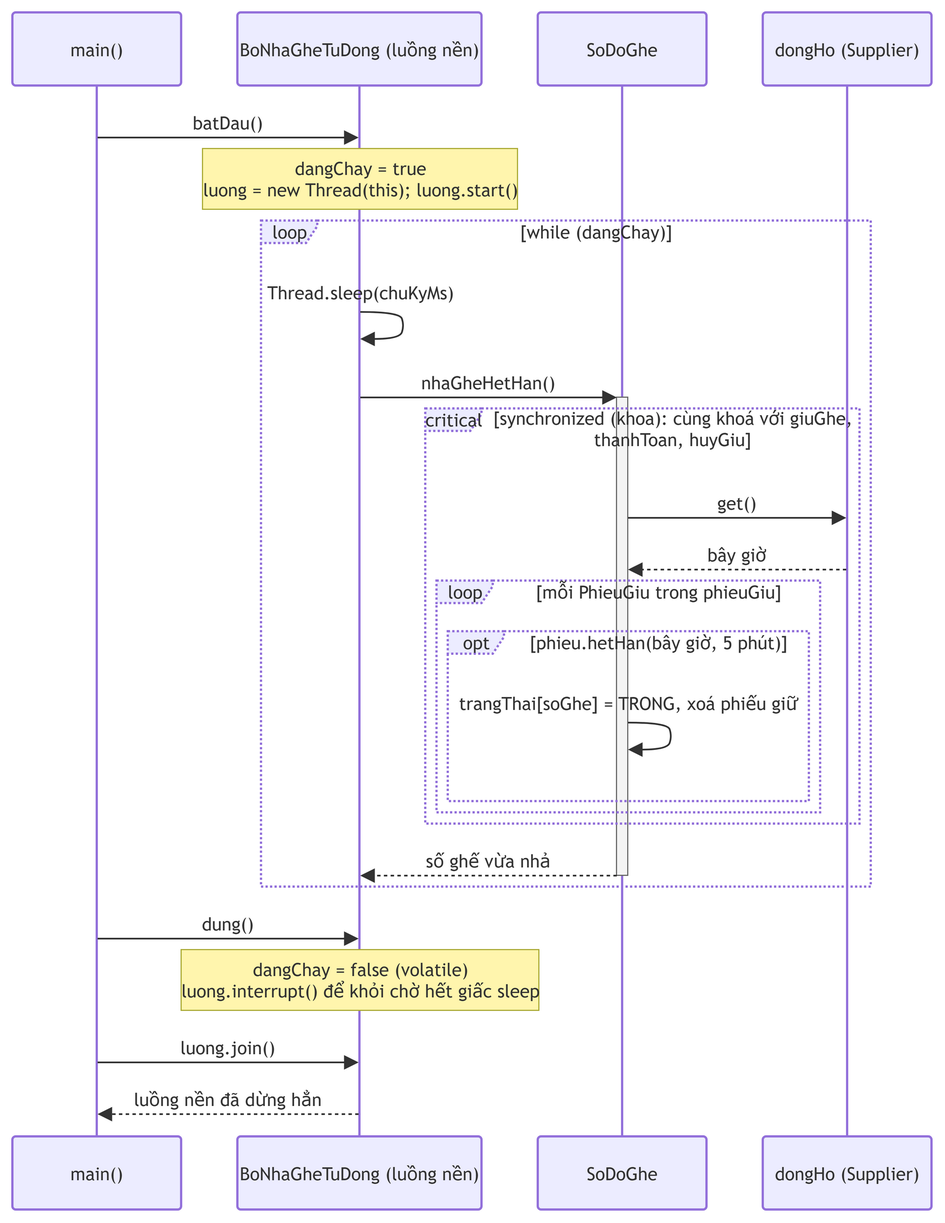
Earlier version of the draw.io export docs/so-do/04d-tuan-tu-tu-dong-nha-ghe.drawio.png (HoangLong08/Java-project-he-thong-dat-ve-giu-cho). Source tidied: cells renumbered, new cells last; positions are measured from the earlier drawing's top-left corner, leaving out a move shared by most shapes.
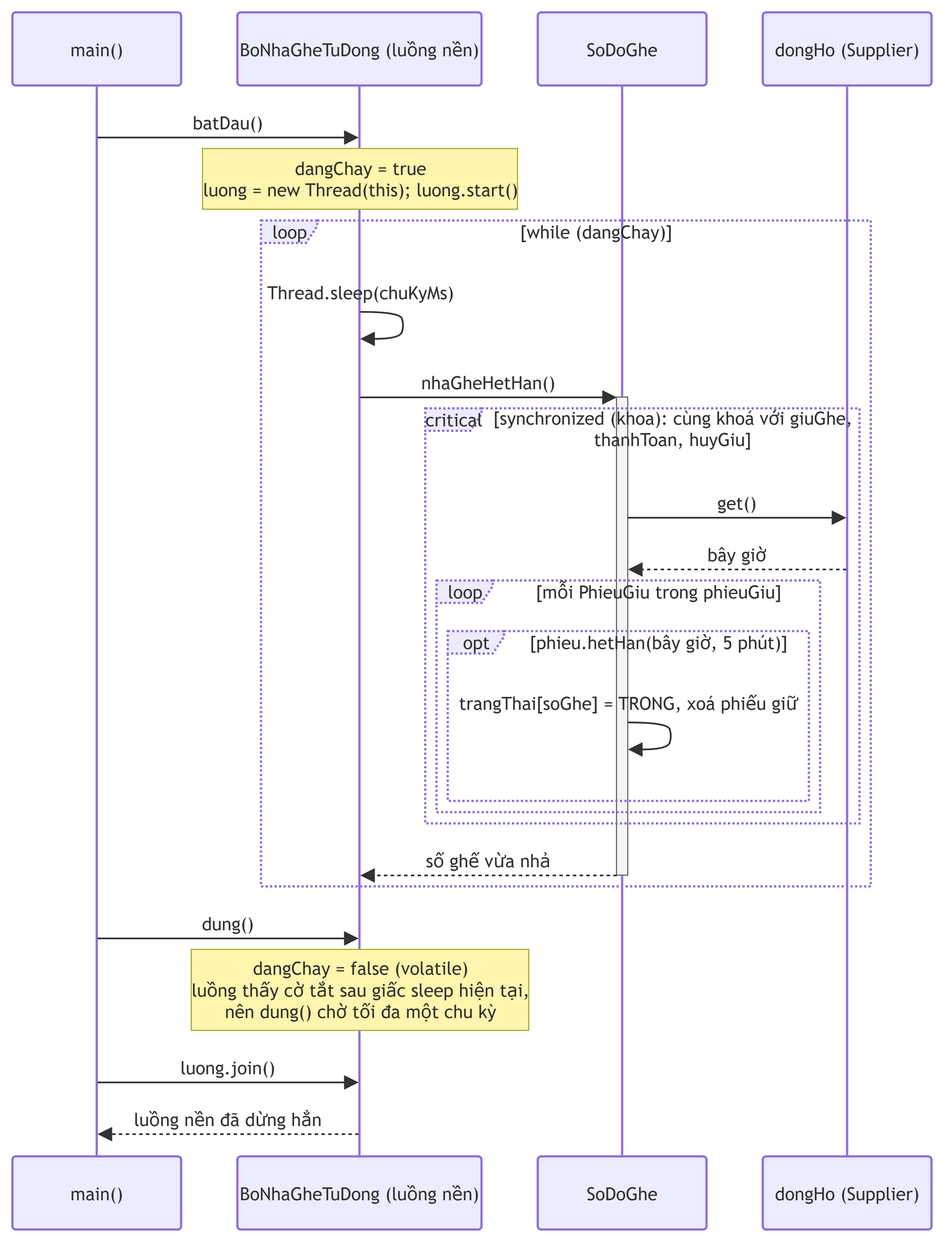
The same file after the commit.

Diff of the diagram source:
```diff
@@ -3,19 +3,19 @@
     <mxCell id="0" />
     <mxCell id="1" parent="0" />
     <mxCell id="2" value="main()" style="html=1;shape=umlLifeline;perimeter=lifelinePerimeter;whiteSpace=wrap;outlineConnect=0;portConstraint=eastwest;newEdgeStyle={&quot;edgeStyle&quot;:&quot;sequenceEdgeStyle&quot;,&quot;libavoidRouting&quot;:0,&quot;curved&quot;:0,&quot;rounded&quot;:0};lifelineDashed=0;strokeWidth=2;rounded=1;absoluteArcSize=1;arcSize=6;lifelineColor=light-dark(#9370DB,#cccccc);size=65;lifelineMirror=1;fillColor=light-dark(#ECECFF,#1f2020);strokeColor=light-dark(#9370DB,#cccccc);fontColor=light-dark(#333333,#cccccc);fontFamily=Trebuchet MS,Verdana,Arial,sans-serif;fontSize=16;" parent="1" vertex="1">
-      <mxGeometry width="150" height="1064" as="geometry" />
+      <mxGeometry width="150" height="1082" as="geometry" />
     </mxCell>
     <mxCell id="3" value="BoNhaGheTuDong (luồng nền)" style="html=1;shape=umlLifeline;perimeter=lifelinePerimeter;whiteSpace=wrap;outlineConnect=0;portConstraint=eastwest;newEdgeStyle={&quot;edgeStyle&quot;:&quot;sequenceEdgeStyle&quot;,&quot;libavoidRouting&quot;:0,&quot;curved&quot;:0,&quot;rounded&quot;:0};lifelineDashed=0;strokeWidth=2;rounded=1;absoluteArcSize=1;arcSize=6;lifelineColor=light-dark(#9370DB,#cccccc);size=65;lifelineMirror=1;fillColor=light-dark(#ECECFF,#1f2020);strokeColor=light-dark(#9370DB,#cccccc);fontColor=light-dark(#333333,#cccccc);fontFamily=Trebuchet MS,Verdana,Arial,sans-serif;fontSize=16;" parent="1" vertex="1">
-      <mxGeometry x="200" width="217" height="1064" as="geometry" />
+      <mxGeometry x="200" width="217" height="1082" as="geometry" />
     </mxCell>
     <mxCell id="4" value="SoDoGhe" style="html=1;shape=umlLifeline;perimeter=lifelinePerimeter;whiteSpace=wrap;newEdgeStyle={&quot;edgeStyle&quot;:&quot;sequenceEdgeStyle&quot;,&quot;libavoidRouting&quot;:0,&quot;curved&quot;:0,&quot;rounded&quot;:0};lifelineDashed=0;strokeWidth=2;rounded=1;absoluteArcSize=1;arcSize=6;lifelineColor=light-dark(#9370DB,#cccccc);size=65;lifelineMirror=1;fillColor=light-dark(#ECECFF,#1f2020);strokeColor=light-dark(#9370DB,#cccccc);fontColor=light-dark(#333333,#cccccc);fontFamily=Trebuchet MS,Verdana,Arial,sans-serif;fontSize=16;" parent="1" vertex="1">
-      <mxGeometry x="467" width="150" height="1064" as="geometry" />
+      <mxGeometry x="467" width="150" height="1082" as="geometry" />
     </mxCell>
     <mxCell id="5" style="html=1;points=[];perimeter=orthogonalPerimeter;outlineConnect=0;targetShapes=umlLifeline;portConstraint=eastwest;newEdgeStyle={&quot;edgeStyle&quot;:&quot;sequenceEdgeStyle&quot;,&quot;libavoidRouting&quot;:0,&quot;curved&quot;:0,&quot;rounded&quot;:0};fillColor=light-dark(#f4f4f4,#2a2a2a);strokeColor=light-dark(#666666,#cccccc);fontColor=light-dark(#333333,#cccccc);fontFamily=Trebuchet MS,Verdana,Arial,sans-serif;fontSize=16;" parent="4" vertex="1">
       <mxGeometry x="70" y="342" width="10" height="425" as="geometry" />
     </mxCell>
     <mxCell id="6" value="dongHo (Supplier)" style="html=1;shape=umlLifeline;perimeter=lifelinePerimeter;whiteSpace=wrap;outlineConnect=0;portConstraint=eastwest;newEdgeStyle={&quot;edgeStyle&quot;:&quot;sequenceEdgeStyle&quot;,&quot;libavoidRouting&quot;:0,&quot;curved&quot;:0,&quot;rounded&quot;:0};lifelineDashed=0;strokeWidth=2;rounded=1;absoluteArcSize=1;arcSize=6;lifelineColor=light-dark(#9370DB,#cccccc);size=65;lifelineMirror=1;fillColor=light-dark(#ECECFF,#1f2020);strokeColor=light-dark(#9370DB,#cccccc);fontColor=light-dark(#333333,#cccccc);fontFamily=Trebuchet MS,Verdana,Arial,sans-serif;fontSize=16;" parent="1" vertex="1">
-      <mxGeometry x="667" width="150" height="1064" as="geometry" />
+      <mxGeometry x="667" width="150" height="1082" as="geometry" />
     </mxCell>
     <mxCell id="7" value="loop" style="html=1;shape=umlFrame;dashed=1;fixDash=1;dashPattern=2 2;strokeWidth=2;fillColor=light-dark(#ECECFF,#1f2020);strokeColor=light-dark(#9370DB,#cccccc);fontSize=16;align=center;verticalAlign=middle;fontFamily=Trebuchet MS,Verdana,Arial,sans-serif;fontColor=light-dark(#333333,#cccccc);height=20;width=50;" parent="1" vertex="1">
       <mxGeometry x="221" y="185" width="542" height="592" as="geometry" />
@@ -110,22 +110,22 @@
     <mxCell id="25" value="luong.join()" style="endArrow=block;endSize=9;verticalAlign=bottom;spacingBottom=2;edgeStyle=sequenceEdgeStyle;libavoidRouting=0;curved=0;rounded=0;fontSize=16;labelBackgroundColor=none;strokeWidth=1.5;strokeColor=light-dark(#333333,#cccccc);fontColor=light-dark(#333333,#cccccc);fontFamily=Trebuchet MS,Verdana,Arial,sans-serif;" parent="1" edge="1" source="2" target="3">
       <mxGeometry relative="1" as="geometry">
         <Array as="points">
-          <mxPoint x="192" y="933" />
+          <mxPoint x="192" y="951" />
         </Array>
       </mxGeometry>
     </mxCell>
     <mxCell id="26" value="luồng nền đã dừng hẳn" style="dashed=1;fixDash=1;dashPattern=3 3;endArrow=block;endSize=9;verticalAlign=bottom;spacingBottom=2;edgeStyle=sequenceEdgeStyle;libavoidRouting=0;curved=0;rounded=0;fontSize=16;labelBackgroundColor=none;strokeWidth=1.5;strokeColor=light-dark(#333333,#cccccc);fontColor=light-dark(#333333,#cccccc);fontFamily=Trebuchet MS,Verdana,Arial,sans-serif;" parent="1" edge="1" source="3" target="2">
       <mxGeometry relative="1" as="geometry">
         <Array as="points">
-          <mxPoint x="192" y="979" />
+          <mxPoint x="192" y="997" />
         </Array>
       </mxGeometry>
     </mxCell>
     <mxCell id="27" value="dangChay = true&#10;luong = new Thread(this); luong.start()" style="html=1;fillColor=light-dark(#fff5ad,#2a2a2a);strokeColor=light-dark(#aaaa33,#cccccc);fontColor=light-dark(#333333,#cccccc);fontFamily=Trebuchet MS,Verdana,Arial,sans-serif;fontSize=16;" parent="1" vertex="1">
       <mxGeometry x="169" y="121" width="280" height="54" as="geometry" />
     </mxCell>
-    <mxCell id="28" value="dangChay = false (volatile)&#10;luong.interrupt() để khỏi chờ hết giấc sleep" style="html=1;fillColor=light-dark(#fff5ad,#2a2a2a);strokeColor=light-dark(#aaaa33,#cccccc);fontColor=light-dark(#333333,#cccccc);fontFamily=Trebuchet MS,Verdana,Arial,sans-serif;fontSize=16;" parent="1" vertex="1">
-      <mxGeometry x="150" y="833" width="318" height="54" as="geometry" />
+    <mxCell id="28" value="dangChay = false (volatile)&#10;luồng thấy cờ tắt sau giấc sleep hiện tại,&#10;nên dung() chờ tối đa một chu kỳ" style="html=1;fillColor=light-dark(#fff5ad,#2a2a2a);strokeColor=light-dark(#aaaa33,#cccccc);fontColor=light-dark(#333333,#cccccc);fontFamily=Trebuchet MS,Verdana,Arial,sans-serif;fontSize=16;" parent="1" vertex="1">
+      <mxGeometry x="159" y="833" width="300" height="72" as="geometry" />
     </mxCell>
   </root>
 </mxGraphModel>
```
